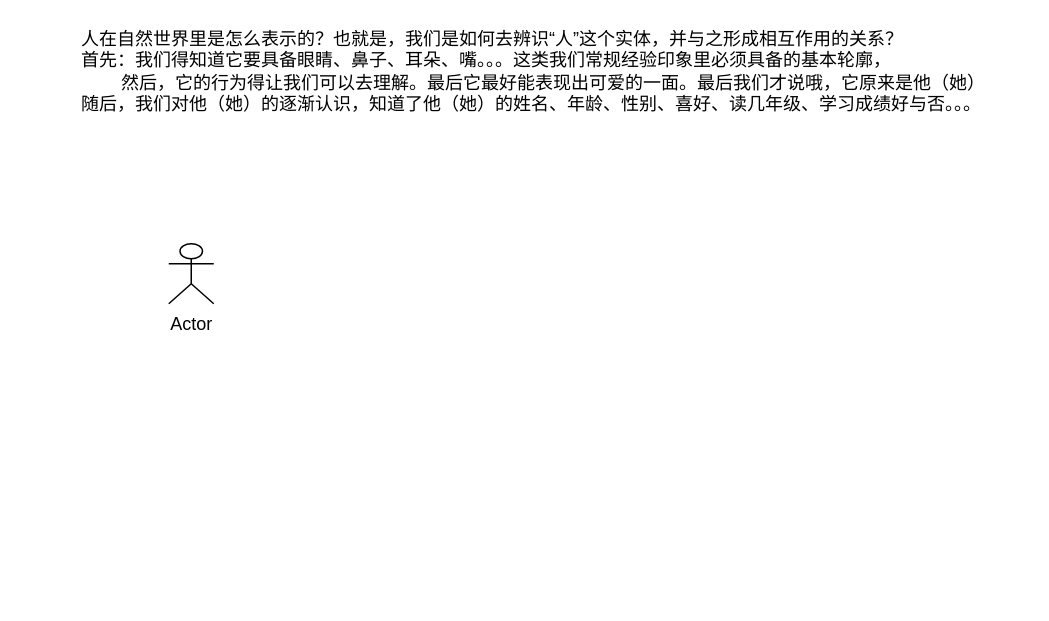
The draw.io diagram 编程思想.drawio in UTOUUCENTER-CD/Adv-Mathematics, before the edit. Source tidied: cells renumbered, new cells numbered last; positions are measured from the earlier drawing's top-left corner, leaving out a move shared by most shapes. Both pictures are drawn from the tidied source at 150%, with x=0, y=0 at pixel (78, 26).
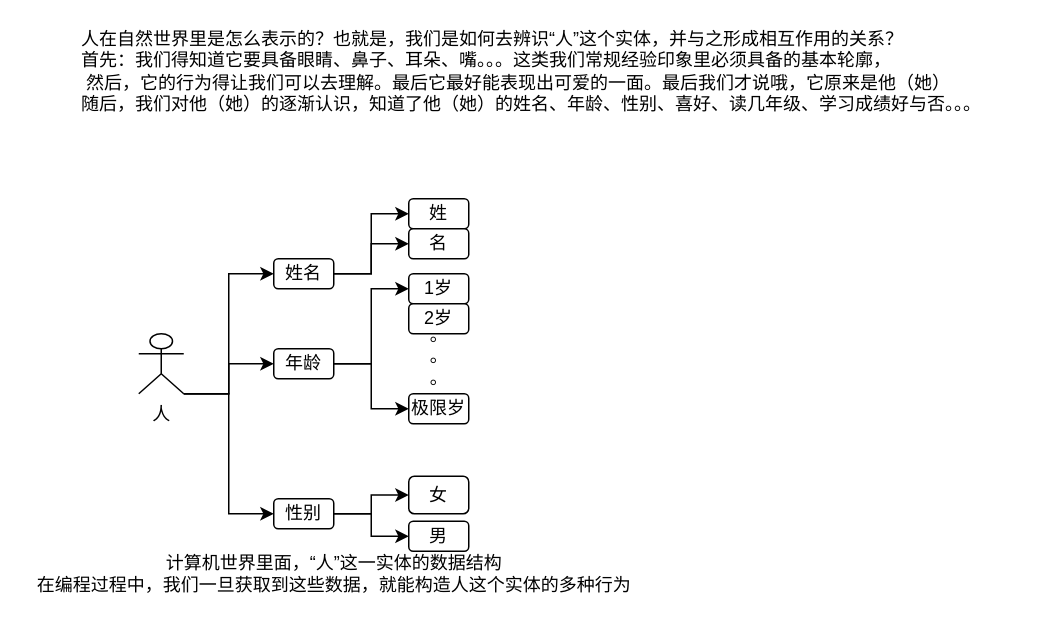
The same page after the edit.

What changed in the source:
```diff
@@
+    <mxCell id="4" style="edgeStyle=orthogonalEdgeStyle;rounded=0;jettySize=auto;html=1;exitX=1;exitY=1;exitDx=0;exitDy=0;exitPerimeter=0;entryX=0;entryY=0.5;entryDx=0;entryDy=0;" parent="1" edge="1" source="2" target="15">
+      <mxGeometry relative="1" as="geometry">
+        <Array as="points">
+          <mxPoint x="100" y="245" />
+          <mxPoint x="100" y="325" />
+        </Array>
+      </mxGeometry>
+    </mxCell>
+    <mxCell id="5" style="edgeStyle=orthogonalEdgeStyle;rounded=0;jettySize=auto;html=1;exitX=1;exitY=1;exitDx=0;exitDy=0;exitPerimeter=0;entryX=0;entryY=0.5;entryDx=0;entryDy=0;" parent="1" edge="1" source="2" target="12">
+      <mxGeometry relative="1" as="geometry">
+        <Array as="points">
+          <mxPoint x="100" y="245" />
+          <mxPoint x="100" y="225" />
+        </Array>
+      </mxGeometry>
+    </mxCell>
-    <mxCell id="2" value="Actor" style="shape=umlActor;verticalLabelPosition=bottom;verticalAlign=top;html=1;outlineConnect=0;" parent="1" vertex="1">
-      <mxGeometry x="60" y="145" width="30" height="40" as="geometry" />
+    <mxCell id="2" value="人&lt;br&gt;" style="shape=umlActor;verticalLabelPosition=bottom;verticalAlign=top;html=1;outlineConnect=0;" parent="1" vertex="1">
+      <mxGeometry x="40" y="205" width="30" height="40" as="geometry" />
     </mxCell>
-    <mxCell id="3" value="人在自然世界里是怎么表示的？也就是，我们是如何去辨识“人”这个实体，并与之形成相互作用的关系？&lt;br&gt;首先：我们得知道它要具备眼睛、鼻子、耳朵、嘴。。。这类我们常规经验印象里必须具备的基本轮廓，&lt;br&gt;&lt;span style=&quot;white-space: pre&quot;&gt;&#9;&lt;/span&gt;然后，它的行为得让我们可以去理解。最后它最好能表现出可爱的一面。最后我们才说哦，它原来是他（她）&lt;br&gt;随后，我们对他（她）的逐渐认识，知道了他（她）的姓名、年龄、性别、喜好、读几年级、学习成绩好与否。。。" style="text;html=1;align=left;verticalAlign=middle;strokeColor=none;fillColor=none;" parent="1" vertex="1">
+    <mxCell id="3" value="人在自然世界里是怎么表示的？也就是，我们是如何去辨识“人”这个实体，并与之形成相互作用的关系？&lt;br&gt;首先：我们得知道它要具备眼睛、鼻子、耳朵、嘴。。。这类我们常规经验印象里必须具备的基本轮廓，&lt;br&gt;&lt;span style=&quot;white-space: pre&quot;&gt; &lt;/span&gt;然后，它的行为得让我们可以去理解。最后它最好能表现出可爱的一面。最后我们才说哦，它原来是他（她）&lt;br&gt;随后，我们对他（她）的逐渐认识，知道了他（她）的姓名、年龄、性别、喜好、读几年级、学习成绩好与否。。。" style="text;html=1;align=left;verticalAlign=middle;strokeColor=none;fillColor=none;" parent="1" vertex="1">
       <mxGeometry width="630" height="60" as="geometry" />
     </mxCell>
+    <mxCell id="6" style="edgeStyle=elbowEdgeStyle;elbow=horizontal;endArrow=classic;html=1;rounded=0;exitX=1;exitY=1;exitDx=0;exitDy=0;exitPerimeter=0;entryX=0;entryY=0.5;entryDx=0;entryDy=0;" parent="1" edge="1" source="2" target="9">
+      <mxGeometry relative="1" as="geometry">
+        <Array as="points">
+          <mxPoint x="100" y="195" />
+          <mxPoint x="95" y="225" />
+        </Array>
+      </mxGeometry>
+    </mxCell>
+    <mxCell id="7" style="edgeStyle=orthogonalEdgeStyle;rounded=0;jettySize=auto;html=1;entryX=0;entryY=0.5;entryDx=0;entryDy=0;" parent="1" edge="1" source="9" target="16">
+      <mxGeometry relative="1" as="geometry" />
+    </mxCell>
+    <mxCell id="8" style="edgeStyle=orthogonalEdgeStyle;rounded=0;jettySize=auto;html=1;exitX=1;exitY=0.5;exitDx=0;exitDy=0;" parent="1" edge="1" source="9" target="17">
+      <mxGeometry relative="1" as="geometry" />
+    </mxCell>
+    <mxCell id="9" value="姓名" style="rounded=1;whiteSpace=wrap;html=1;align=center;" parent="1" vertex="1">
+      <mxGeometry x="130" y="155" width="40" height="20" as="geometry" />
+    </mxCell>
+    <mxCell id="10" style="edgeStyle=orthogonalEdgeStyle;rounded=0;jettySize=auto;html=1;exitX=1;exitY=0.5;exitDx=0;exitDy=0;entryX=0;entryY=0.5;entryDx=0;entryDy=0;" parent="1" edge="1" source="12" target="18">
+      <mxGeometry relative="1" as="geometry" />
+    </mxCell>
+    <mxCell id="11" style="edgeStyle=orthogonalEdgeStyle;rounded=0;jettySize=auto;html=1;exitX=1;exitY=0.5;exitDx=0;exitDy=0;entryX=0;entryY=0.5;entryDx=0;entryDy=0;" parent="1" edge="1" source="12" target="20">
+      <mxGeometry relative="1" as="geometry" />
+    </mxCell>
+    <mxCell id="12" value="年龄" style="rounded=1;whiteSpace=wrap;html=1;align=center;" parent="1" vertex="1">
+      <mxGeometry x="130" y="215" width="40" height="20" as="geometry" />
+    </mxCell>
+    <mxCell id="13" style="edgeStyle=orthogonalEdgeStyle;rounded=0;jettySize=auto;html=1;exitX=1;exitY=0.5;exitDx=0;exitDy=0;entryX=0;entryY=0.5;entryDx=0;entryDy=0;" parent="1" edge="1" source="15" target="23">
+      <mxGeometry relative="1" as="geometry" />
+    </mxCell>
+    <mxCell id="14" style="edgeStyle=orthogonalEdgeStyle;rounded=0;jettySize=auto;html=1;exitX=1;exitY=0.5;exitDx=0;exitDy=0;entryX=0;entryY=0.5;entryDx=0;entryDy=0;" parent="1" edge="1" source="15" target="22">
+      <mxGeometry relative="1" as="geometry" />
+    </mxCell>
+    <mxCell id="15" value="性别" style="rounded=1;whiteSpace=wrap;html=1;align=center;" parent="1" vertex="1">
+      <mxGeometry x="130" y="315" width="40" height="20" as="geometry" />
+    </mxCell>
+    <mxCell id="16" value="姓" style="rounded=1;whiteSpace=wrap;html=1;align=center;" parent="1" vertex="1">
+      <mxGeometry x="220" y="115" width="40" height="20" as="geometry" />
+    </mxCell>
+    <mxCell id="17" value="名" style="rounded=1;whiteSpace=wrap;html=1;align=center;" parent="1" vertex="1">
+      <mxGeometry x="220" y="135" width="40" height="20" as="geometry" />
+    </mxCell>
+    <mxCell id="18" value="1岁" style="rounded=1;whiteSpace=wrap;html=1;align=center;" parent="1" vertex="1">
+      <mxGeometry x="220" y="165" width="40" height="20" as="geometry" />
+    </mxCell>
+    <mxCell id="19" value="2岁" style="rounded=1;whiteSpace=wrap;html=1;align=center;" parent="1" vertex="1">
+      <mxGeometry x="220" y="185" width="40" height="20" as="geometry" />
+    </mxCell>
+    <mxCell id="20" value="极限岁" style="rounded=1;whiteSpace=wrap;html=1;align=left;" parent="1" vertex="1">
+      <mxGeometry x="220" y="245" width="40" height="20" as="geometry" />
+    </mxCell>
+    <mxCell id="21" value="。&lt;br&gt;。&lt;br&gt;。" style="text;html=1;align=center;verticalAlign=middle;strokeColor=none;fillColor=none;" parent="1" vertex="1">
+      <mxGeometry x="225" y="195" width="30" height="50" as="geometry" />
+    </mxCell>
+    <mxCell id="22" value="男" style="rounded=1;whiteSpace=wrap;html=1;align=center;" parent="1" vertex="1">
+      <mxGeometry x="220" y="330" width="40" height="20" as="geometry" />
+    </mxCell>
+    <mxCell id="23" value="女" style="rounded=1;whiteSpace=wrap;html=1;align=center;" parent="1" vertex="1">
+      <mxGeometry x="220" y="300" width="40" height="25" as="geometry" />
+    </mxCell>
+    <mxCell id="24" value="计算机世界里面，“人”这一实体的数据结构&lt;br&gt;在编程过程中，我们一旦获取到这些数据，就能构造人这个实体的多种行为" style="text;html=1;align=center;verticalAlign=middle;strokeColor=none;fillColor=none;" parent="1" vertex="1">
+      <mxGeometry x="-35" y="350" width="410" height="30" as="geometry" />
+    </mxCell>
```
